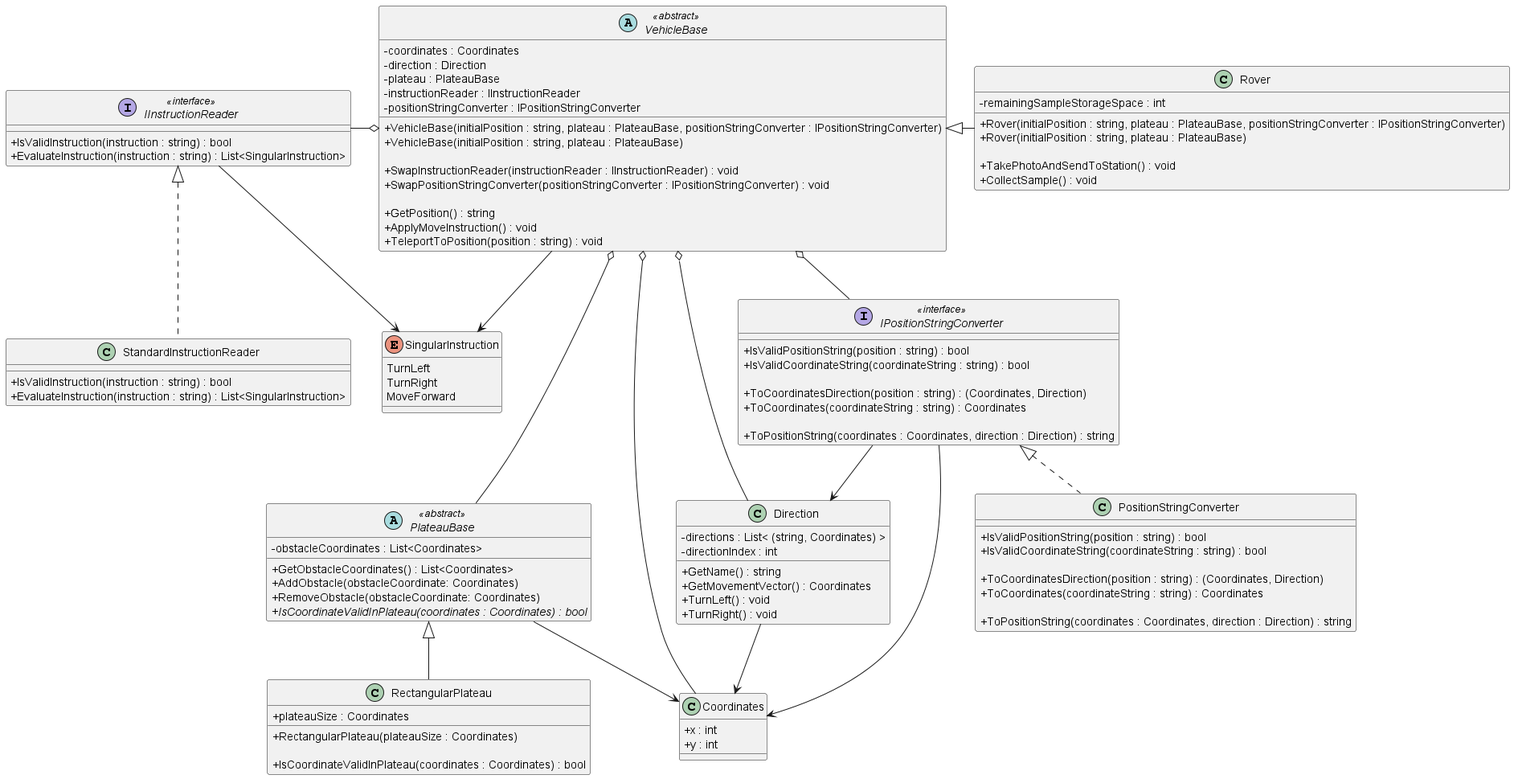
iamfranco/MarsRoverChallenge keeps this PlantUML diagram as puml/Mars Rover Challenge.png. Above is the earlier version.
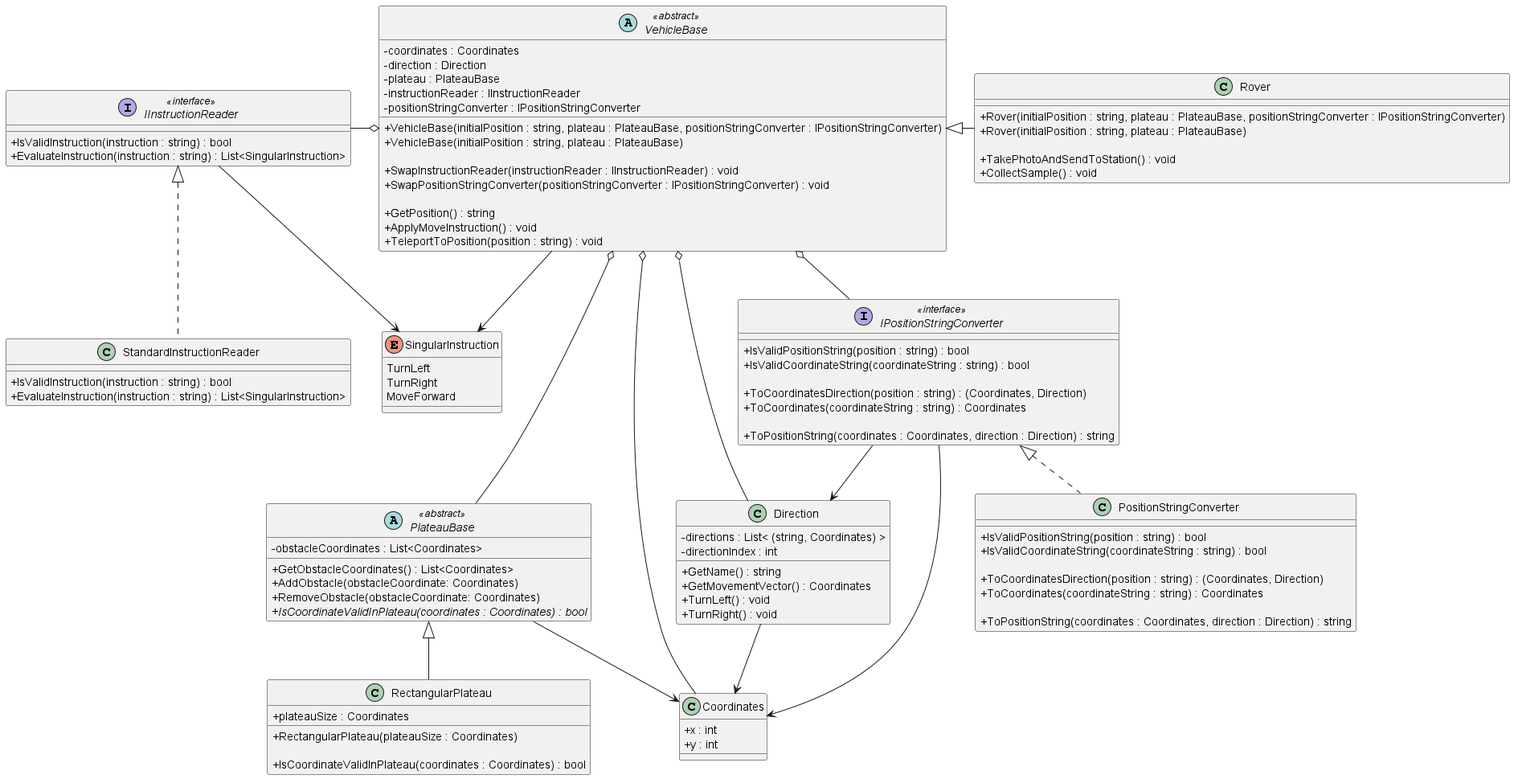
The same file after the commit.

Commit message:
UML: update for Mars Rover specific methods

Change to the diagram source:
```diff
@@ -99,8 +99,6 @@
 
 class Rover
 {
-  - remainingSampleStorageSpace : int
-
   + Rover(initialPosition : string, plateau : PlateauBase, positionStringConverter : IPositionStringConverter)
   + Rover(initialPosition : string, plateau : PlateauBase)
 
```
